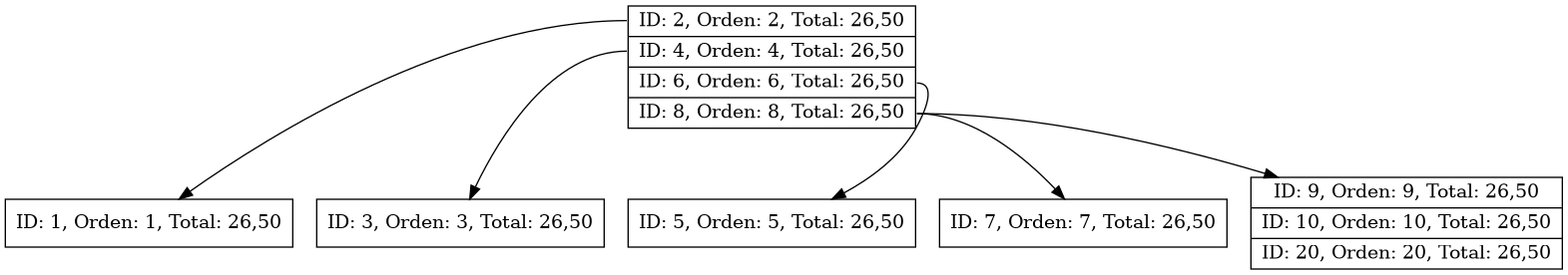
EstebanTrampe01/-EDD-1S2025_202300431 keeps this Graphviz diagram as FASE#2/AutoGest/reports/Facturacion.png. Above is the earlier version. Its source is kept beside it as FASE#2/AutoGest/reports/Facturacion.dot.
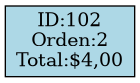
After the change.

The edit, as a diff of the source:
```diff
@@ -1,15 +1,5 @@
 digraph BTree {
-    node [shape=record];
+    node [shape=record, style=filled, fillcolor=lightblue];
     rankdir=TB;
-    node0 [label="{<p0> ID: 2, Orden: 2, Total: 26,50|<p1> ID: 4, Orden: 4, Total: 26,50|<p2> ID: 6, Orden: 6, Total: 26,50|<p3> ID: 8, Orden: 8, Total: 26,50}"];
-    node1 [label="{<p0> ID: 1, Orden: 1, Total: 26,50}"];
-    node2 [label="{<p0> ID: 3, Orden: 3, Total: 26,50}"];
-    node3 [label="{<p0> ID: 5, Orden: 5, Total: 26,50}"];
-    node4 [label="{<p0> ID: 7, Orden: 7, Total: 26,50}"];
-    node5 [label="{<p0> ID: 9, Orden: 9, Total: 26,50|<p1> ID: 10, Orden: 10, Total: 26,50|<p2> ID: 20, Orden: 20, Total: 26,50}"];
-    node0:p0 -> node1;
-    node0:p1 -> node2;
-    node0:p2 -> node3;
-    node0:p3 -> node4;
-    node0:p3 -> node5;
+    nodo0 [label="<f0> ID:102\nOrden:2\nTotal:$4,00"];
 }
```
